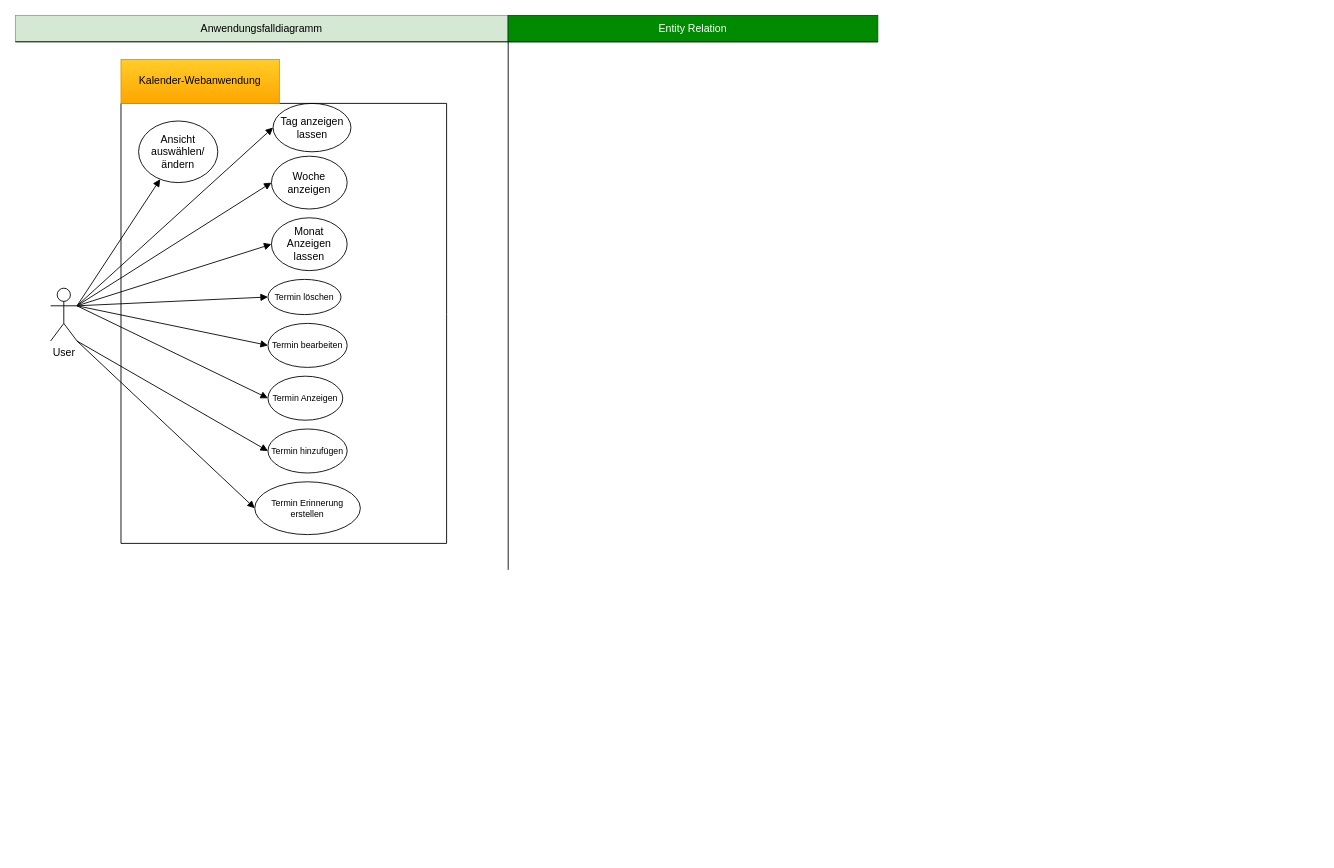
Before: Anwendungsfalldiagramm.drawio in Psion-Syncrolution/TimeBuddy, a draw.io diagram. Source tidied: cells renumbered, new cells numbered last; positions are measured from the earlier drawing's top-left corner, leaving out a move shared by most shapes. Both pictures are drawn from the tidied source at 88%, with x=0, y=0 at pixel (15, 15).
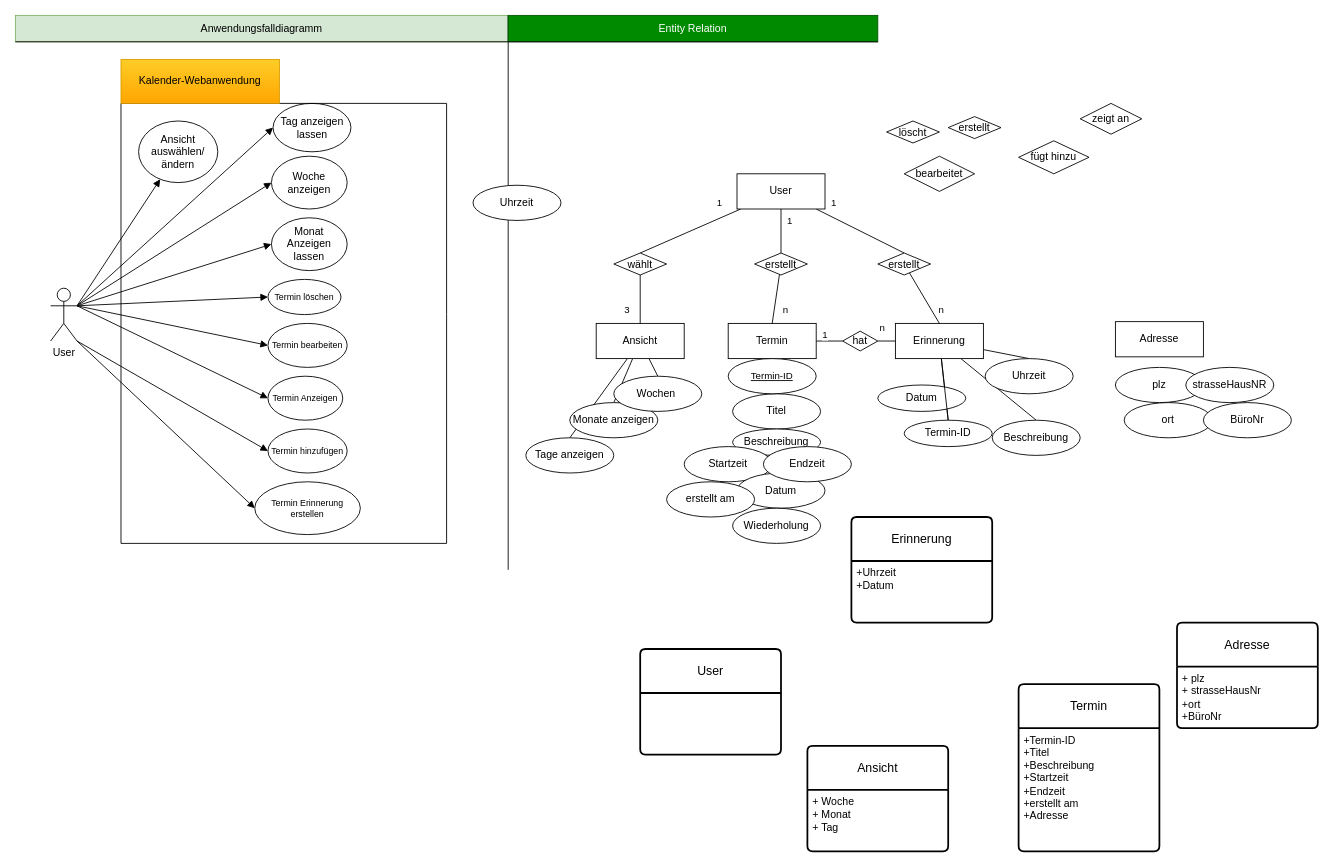
The same page after the edit.

The edit, as a diff of the source:
```diff
@@
+    <mxCell id="30" style="edgeStyle=none;shape=connector;rounded=0;jettySize=auto;html=1;entryX=0.5;entryY=0;entryDx=0;entryDy=0;strokeColor=default;align=center;verticalAlign=middle;fontFamily=Helvetica;fontSize=11;fontColor=default;labelBackgroundColor=default;startFill=0;endArrow=none;" parent="1" edge="1" source="33" target="40">
+      <mxGeometry relative="1" as="geometry" />
+    </mxCell>
+    <mxCell id="31" style="edgeStyle=none;shape=connector;rounded=0;jettySize=auto;html=1;entryX=0.5;entryY=0;entryDx=0;entryDy=0;strokeColor=default;align=center;verticalAlign=middle;fontFamily=Helvetica;fontSize=11;fontColor=default;labelBackgroundColor=default;startFill=0;endArrow=none;" parent="1" edge="1" source="33" target="39">
+      <mxGeometry relative="1" as="geometry" />
+    </mxCell>
+    <mxCell id="32" style="edgeStyle=none;shape=connector;rounded=0;jettySize=auto;html=1;entryX=0.5;entryY=0;entryDx=0;entryDy=0;strokeColor=default;align=center;verticalAlign=middle;fontFamily=Helvetica;fontSize=11;fontColor=default;labelBackgroundColor=default;startFill=0;endArrow=none;" parent="1" edge="1" source="33" target="38">
+      <mxGeometry relative="1" as="geometry" />
+    </mxCell>
+    <mxCell id="33" value="Ansicht" style="whiteSpace=wrap;html=1;align=center;" parent="1" vertex="1">
+      <mxGeometry x="660" y="350" width="100" height="40" as="geometry" />
+    </mxCell>
+    <mxCell id="34" style="edgeStyle=none;shape=connector;rounded=0;jettySize=auto;html=1;entryX=0.5;entryY=0;entryDx=0;entryDy=0;strokeColor=default;align=center;verticalAlign=middle;fontFamily=Helvetica;fontSize=11;fontColor=default;labelBackgroundColor=default;startFill=0;endArrow=none;" parent="1" edge="1" source="37" target="50">
+      <mxGeometry relative="1" as="geometry" />
+    </mxCell>
+    <mxCell id="35" style="edgeStyle=none;shape=connector;rounded=0;jettySize=auto;html=1;entryX=0.5;entryY=0;entryDx=0;entryDy=0;strokeColor=default;align=center;verticalAlign=middle;fontFamily=Helvetica;fontSize=11;fontColor=default;labelBackgroundColor=default;startFill=0;endArrow=none;" parent="1" edge="1" source="37" target="48">
+      <mxGeometry relative="1" as="geometry" />
+    </mxCell>
+    <mxCell id="36" style="edgeStyle=none;shape=connector;rounded=0;jettySize=auto;html=1;entryX=0.5;entryY=0;entryDx=0;entryDy=0;strokeColor=default;align=center;verticalAlign=middle;fontFamily=Helvetica;fontSize=11;fontColor=default;labelBackgroundColor=default;startFill=0;endArrow=none;" parent="1" edge="1" source="37" target="52">
+      <mxGeometry relative="1" as="geometry" />
+    </mxCell>
+    <mxCell id="37" value="User" style="whiteSpace=wrap;html=1;align=center;" parent="1" vertex="1">
+      <mxGeometry x="820" y="180" width="100" height="40" as="geometry" />
+    </mxCell>
+    <mxCell id="38" value="Monate anzeigen" style="ellipse;whiteSpace=wrap;html=1;align=center;" parent="1" vertex="1">
+      <mxGeometry x="630" y="440" width="100" height="40" as="geometry" />
+    </mxCell>
+    <mxCell id="39" value="Wochen&amp;nbsp;" style="ellipse;whiteSpace=wrap;html=1;align=center;" parent="1" vertex="1">
+      <mxGeometry x="680" y="410" width="100" height="40" as="geometry" />
+    </mxCell>
+    <mxCell id="40" value="Tage anzeigen" style="ellipse;whiteSpace=wrap;html=1;align=center;" parent="1" vertex="1">
+      <mxGeometry x="580" y="480" width="100" height="40" as="geometry" />
+    </mxCell>
+    <mxCell id="41" style="edgeStyle=none;shape=connector;rounded=0;jettySize=auto;html=1;entryX=0;entryY=0.5;entryDx=0;entryDy=0;strokeColor=default;align=center;verticalAlign=middle;fontFamily=Helvetica;fontSize=11;fontColor=default;labelBackgroundColor=default;startFill=0;endArrow=none;" parent="1" edge="1" source="42" target="59">
+      <mxGeometry relative="1" as="geometry" />
+    </mxCell>
+    <mxCell id="42" value="Termin" style="whiteSpace=wrap;html=1;align=center;" parent="1" vertex="1">
+      <mxGeometry x="810" y="350" width="100" height="40" as="geometry" />
+    </mxCell>
+    <mxCell id="43" style="edgeStyle=none;shape=connector;rounded=0;jettySize=auto;html=1;entryX=0.5;entryY=0;entryDx=0;entryDy=0;strokeColor=default;align=center;verticalAlign=middle;fontFamily=Helvetica;fontSize=11;fontColor=default;labelBackgroundColor=default;startFill=0;endArrow=none;" parent="1" edge="1" source="46" target="94">
+      <mxGeometry relative="1" as="geometry" />
+    </mxCell>
+    <mxCell id="44" style="edgeStyle=none;shape=connector;rounded=0;jettySize=auto;html=1;entryX=0.5;entryY=0;entryDx=0;entryDy=0;strokeColor=default;align=center;verticalAlign=middle;fontFamily=Helvetica;fontSize=11;fontColor=default;labelBackgroundColor=default;startFill=0;endArrow=none;" parent="1" edge="1" source="46" target="70">
+      <mxGeometry relative="1" as="geometry" />
+    </mxCell>
+    <mxCell id="45" style="edgeStyle=none;shape=connector;rounded=0;jettySize=auto;html=1;entryX=0.5;entryY=0;entryDx=0;entryDy=0;strokeColor=default;align=center;verticalAlign=middle;fontFamily=Helvetica;fontSize=11;fontColor=default;labelBackgroundColor=default;startFill=0;endArrow=none;" parent="1" edge="1" source="46" target="71">
+      <mxGeometry relative="1" as="geometry" />
+    </mxCell>
+    <mxCell id="46" value="Erinnerung" style="whiteSpace=wrap;html=1;align=center;" parent="1" vertex="1">
+      <mxGeometry x="1000" y="350" width="100" height="40" as="geometry" />
+    </mxCell>
+    <mxCell id="47" style="edgeStyle=none;shape=connector;rounded=0;jettySize=auto;html=1;entryX=0.5;entryY=0;entryDx=0;entryDy=0;strokeColor=default;align=center;verticalAlign=middle;fontFamily=Helvetica;fontSize=11;fontColor=default;labelBackgroundColor=default;startFill=0;endArrow=none;" parent="1" edge="1" source="48" target="42">
+      <mxGeometry relative="1" as="geometry" />
+    </mxCell>
+    <mxCell id="48" value="erstellt" style="shape=rhombus;perimeter=rhombusPerimeter;whiteSpace=wrap;html=1;align=center;" parent="1" vertex="1">
+      <mxGeometry x="840" y="270" width="60" height="25" as="geometry" />
+    </mxCell>
+    <mxCell id="49" style="edgeStyle=none;shape=connector;rounded=0;jettySize=auto;html=1;entryX=0.5;entryY=0;entryDx=0;entryDy=0;strokeColor=default;align=center;verticalAlign=middle;fontFamily=Helvetica;fontSize=11;fontColor=default;labelBackgroundColor=default;startFill=0;endArrow=none;exitX=0.5;exitY=1;exitDx=0;exitDy=0;" parent="1" edge="1" source="50" target="33">
+      <mxGeometry relative="1" as="geometry" />
+    </mxCell>
+    <mxCell id="50" value="wählt" style="shape=rhombus;perimeter=rhombusPerimeter;whiteSpace=wrap;html=1;align=center;" parent="1" vertex="1">
+      <mxGeometry x="680" y="270" width="60" height="25" as="geometry" />
+    </mxCell>
+    <mxCell id="51" style="edgeStyle=none;shape=connector;rounded=0;jettySize=auto;html=1;entryX=0.5;entryY=0;entryDx=0;entryDy=0;strokeColor=default;align=center;verticalAlign=middle;fontFamily=Helvetica;fontSize=11;fontColor=default;labelBackgroundColor=default;startFill=0;endArrow=none;" parent="1" edge="1" source="52" target="46">
+      <mxGeometry relative="1" as="geometry" />
+    </mxCell>
+    <mxCell id="52" value="erstellt" style="shape=rhombus;perimeter=rhombusPerimeter;whiteSpace=wrap;html=1;align=center;" parent="1" vertex="1">
+      <mxGeometry x="980" y="270" width="60" height="25" as="geometry" />
+    </mxCell>
+    <mxCell id="53" value="1" style="text;html=1;align=center;verticalAlign=middle;strokeColor=none;fillColor=none;fontFamily=Helvetica;fontSize=11;fontColor=default;labelBackgroundColor=default;" parent="1" vertex="1">
+      <mxGeometry x="865" y="218" width="30" height="30" as="geometry" />
+    </mxCell>
+    <mxCell id="54" value="1" style="text;html=1;align=center;verticalAlign=middle;strokeColor=none;fillColor=none;fontFamily=Helvetica;fontSize=11;fontColor=default;labelBackgroundColor=default;" parent="1" vertex="1">
+      <mxGeometry x="915" y="198" width="30" height="30" as="geometry" />
+    </mxCell>
+    <mxCell id="55" value="3" style="text;html=1;align=center;verticalAlign=middle;strokeColor=none;fillColor=none;fontFamily=Helvetica;fontSize=11;fontColor=default;labelBackgroundColor=default;" parent="1" vertex="1">
+      <mxGeometry x="680" y="320" width="30" height="30" as="geometry" />
+    </mxCell>
+    <mxCell id="56" value="n" style="text;html=1;align=center;verticalAlign=middle;strokeColor=none;fillColor=none;fontFamily=Helvetica;fontSize=11;fontColor=default;labelBackgroundColor=default;" parent="1" vertex="1">
+      <mxGeometry x="860" y="320" width="30" height="30" as="geometry" />
+    </mxCell>
+    <mxCell id="57" value="n" style="text;html=1;align=center;verticalAlign=middle;strokeColor=none;fillColor=none;fontFamily=Helvetica;fontSize=11;fontColor=default;labelBackgroundColor=default;" parent="1" vertex="1">
+      <mxGeometry x="1037" y="320" width="30" height="30" as="geometry" />
+    </mxCell>
+    <mxCell id="58" style="edgeStyle=none;shape=connector;rounded=0;jettySize=auto;html=1;strokeColor=default;align=center;verticalAlign=middle;fontFamily=Helvetica;fontSize=11;fontColor=default;labelBackgroundColor=default;startFill=0;endArrow=none;" parent="1" edge="1" source="59" target="46">
+      <mxGeometry relative="1" as="geometry" />
+    </mxCell>
+    <mxCell id="59" value="hat" style="shape=rhombus;perimeter=rhombusPerimeter;whiteSpace=wrap;html=1;align=center;" parent="1" vertex="1">
+      <mxGeometry x="940" y="358.8" width="40" height="22.5" as="geometry" />
+    </mxCell>
+    <mxCell id="60" value="1" style="text;html=1;align=center;verticalAlign=middle;strokeColor=none;fillColor=none;fontFamily=Helvetica;fontSize=11;fontColor=default;labelBackgroundColor=default;" parent="1" vertex="1">
+      <mxGeometry x="905" y="348" width="30" height="30" as="geometry" />
+    </mxCell>
+    <mxCell id="61" value="n" style="text;html=1;align=center;verticalAlign=middle;strokeColor=none;fillColor=none;fontFamily=Helvetica;fontSize=11;fontColor=default;labelBackgroundColor=default;" parent="1" vertex="1">
+      <mxGeometry x="970" y="340" width="30" height="30" as="geometry" />
+    </mxCell>
+    <mxCell id="62" value="Uhrzeit" style="ellipse;whiteSpace=wrap;html=1;align=center;" parent="1" vertex="1">
+      <mxGeometry x="520" y="193" width="100" height="40" as="geometry" />
+    </mxCell>
+    <mxCell id="63" value="Titel" style="ellipse;whiteSpace=wrap;html=1;align=center;" parent="1" vertex="1">
+      <mxGeometry x="815" y="430" width="100" height="40" as="geometry" />
+    </mxCell>
+    <mxCell id="64" value="Beschreibung" style="ellipse;whiteSpace=wrap;html=1;align=center;" parent="1" vertex="1">
+      <mxGeometry x="815" y="470" width="100" height="30" as="geometry" />
+    </mxCell>
+    <mxCell id="65" value="Startzeit" style="ellipse;whiteSpace=wrap;html=1;align=center;" parent="1" vertex="1">
+      <mxGeometry x="760" y="490" width="100" height="40" as="geometry" />
+    </mxCell>
+    <mxCell id="66" value="Datum" style="ellipse;whiteSpace=wrap;html=1;align=center;" parent="1" vertex="1">
+      <mxGeometry x="820" y="520" width="100" height="40" as="geometry" />
+    </mxCell>
+    <mxCell id="67" value="Endzeit" style="ellipse;whiteSpace=wrap;html=1;align=center;" parent="1" vertex="1">
+      <mxGeometry x="850" y="490" width="100" height="40" as="geometry" />
+    </mxCell>
+    <mxCell id="68" value="Wiederholung" style="ellipse;whiteSpace=wrap;html=1;align=center;" parent="1" vertex="1">
+      <mxGeometry x="815" y="560" width="100" height="40" as="geometry" />
+    </mxCell>
+    <mxCell id="69" value="erstellt am" style="ellipse;whiteSpace=wrap;html=1;align=center;" parent="1" vertex="1">
+      <mxGeometry x="740" y="530" width="100" height="40" as="geometry" />
+    </mxCell>
+    <mxCell id="70" value="Uhrzeit" style="ellipse;whiteSpace=wrap;html=1;align=center;" parent="1" vertex="1">
+      <mxGeometry x="1102" y="390" width="100" height="40" as="geometry" />
+    </mxCell>
+    <mxCell id="71" value="Beschreibung" style="ellipse;whiteSpace=wrap;html=1;align=center;" parent="1" vertex="1">
+      <mxGeometry x="1110" y="460" width="100" height="40" as="geometry" />
+    </mxCell>
+    <mxCell id="72" value="1" style="text;html=1;align=center;verticalAlign=middle;strokeColor=none;fillColor=none;fontFamily=Helvetica;fontSize=11;fontColor=default;labelBackgroundColor=default;" parent="1" vertex="1">
+      <mxGeometry x="785" y="198" width="30" height="30" as="geometry" />
+    </mxCell>
+    <mxCell id="73" value="fügt hinzu" style="shape=rhombus;perimeter=rhombusPerimeter;whiteSpace=wrap;html=1;align=center;" parent="1" vertex="1">
+      <mxGeometry x="1140" y="142.5" width="80" height="37.5" as="geometry" />
+    </mxCell>
+    <mxCell id="74" value="zeigt an" style="shape=rhombus;perimeter=rhombusPerimeter;whiteSpace=wrap;html=1;align=center;" parent="1" vertex="1">
+      <mxGeometry x="1210" y="100" width="70" height="35" as="geometry" />
+    </mxCell>
+    <mxCell id="75" value="bearbeitet" style="shape=rhombus;perimeter=rhombusPerimeter;whiteSpace=wrap;html=1;align=center;" parent="1" vertex="1">
+      <mxGeometry x="1010" y="160" width="80" height="40" as="geometry" />
+    </mxCell>
+    <mxCell id="76" value="erstellt" style="shape=rhombus;perimeter=rhombusPerimeter;whiteSpace=wrap;html=1;align=center;" parent="1" vertex="1">
+      <mxGeometry x="1060" y="115" width="60" height="25" as="geometry" />
+    </mxCell>
+    <mxCell id="77" value="löscht" style="shape=rhombus;perimeter=rhombusPerimeter;whiteSpace=wrap;html=1;align=center;" parent="1" vertex="1">
+      <mxGeometry x="990" y="120" width="60" height="25" as="geometry" />
+    </mxCell>
+    <mxCell id="78" value="User" style="swimlane;horizontal=1;startSize=50;rounded=1;fontSize=14;fontStyle=0;strokeWidth=2;shadow=0;dashed=0;align=center;arcSize=4;whiteSpace=wrap;html=1;fontFamily=Helvetica;fontColor=default;labelBackgroundColor=default;" parent="1" vertex="1">
+      <mxGeometry x="710" y="720" width="160" height="120" as="geometry" />
+    </mxCell>
+    <mxCell id="79" value="Erinnerung" style="swimlane;horizontal=1;startSize=50;rounded=1;fontSize=14;fontStyle=0;strokeWidth=2;shadow=0;dashed=0;align=center;arcSize=4;whiteSpace=wrap;html=1;fontFamily=Helvetica;fontColor=default;labelBackgroundColor=default;" parent="1" vertex="1">
+      <mxGeometry x="950" y="570" width="160" height="120" as="geometry" />
+    </mxCell>
+    <mxCell id="80" value="+Uhrzeit&lt;div&gt;+Datum&lt;/div&gt;" style="align=left;strokeColor=none;fillColor=none;spacingLeft=4;fontSize=12;verticalAlign=top;html=1;fontFamily=Helvetica;fontColor=default;labelBackgroundColor=default;" parent="79" vertex="1">
+      <mxGeometry y="50" width="160" height="70" as="geometry" />
+    </mxCell>
+    <mxCell id="81" value="Termin" style="swimlane;horizontal=1;startSize=50;rounded=1;fontSize=14;fontStyle=0;strokeWidth=2;shadow=0;dashed=0;align=center;arcSize=4;whiteSpace=wrap;html=1;fontFamily=Helvetica;fontColor=default;labelBackgroundColor=default;" parent="1" vertex="1">
+      <mxGeometry x="1140" y="760" width="160" height="190" as="geometry" />
+    </mxCell>
+    <mxCell id="82" value="+Termin-ID&lt;div&gt;+Titel&lt;/div&gt;&lt;div&gt;+Beschreibung&lt;/div&gt;&lt;div&gt;+Startzeit&lt;/div&gt;&lt;div&gt;+Endzeit&lt;/div&gt;&lt;div&gt;+erstellt am&lt;/div&gt;&lt;div&gt;+Adresse&lt;/div&gt;" style="align=left;strokeColor=none;fillColor=none;spacingLeft=4;fontSize=12;verticalAlign=top;html=1;fontFamily=Helvetica;fontColor=default;labelBackgroundColor=default;" parent="81" vertex="1">
+      <mxGeometry y="50" width="160" height="140" as="geometry" />
+    </mxCell>
+    <mxCell id="83" value="Ansicht" style="swimlane;horizontal=1;startSize=50;rounded=1;fontSize=14;fontStyle=0;strokeWidth=2;shadow=0;dashed=0;align=center;arcSize=4;whiteSpace=wrap;html=1;fontFamily=Helvetica;fontColor=default;labelBackgroundColor=default;" parent="1" vertex="1">
+      <mxGeometry x="900" y="830" width="160" height="120" as="geometry" />
+    </mxCell>
+    <mxCell id="84" value="+ Woche&lt;div&gt;+ Monat&lt;/div&gt;&lt;div&gt;+ Tag&lt;/div&gt;" style="align=left;strokeColor=none;fillColor=none;spacingLeft=4;fontSize=12;verticalAlign=top;html=1;fontFamily=Helvetica;fontColor=default;labelBackgroundColor=default;" parent="83" vertex="1">
+      <mxGeometry y="50" width="160" height="70" as="geometry" />
+    </mxCell>
+    <mxCell id="85" value="Adresse" style="whiteSpace=wrap;html=1;align=center;" parent="1" vertex="1">
+      <mxGeometry x="1250" y="348" width="100" height="40" as="geometry" />
+    </mxCell>
+    <mxCell id="86" value="ort" style="ellipse;whiteSpace=wrap;html=1;align=center;" parent="1" vertex="1">
+      <mxGeometry x="1260" y="440" width="100" height="40" as="geometry" />
+    </mxCell>
+    <mxCell id="87" value="plz" style="ellipse;whiteSpace=wrap;html=1;align=center;" parent="1" vertex="1">
+      <mxGeometry x="1250" y="400" width="100" height="40" as="geometry" />
+    </mxCell>
+    <mxCell id="88" value="BüroNr" style="ellipse;whiteSpace=wrap;html=1;align=center;" parent="1" vertex="1">
+      <mxGeometry x="1350" y="440" width="100" height="40" as="geometry" />
+    </mxCell>
+    <mxCell id="89" value="strasseHausNR" style="ellipse;whiteSpace=wrap;html=1;align=center;" parent="1" vertex="1">
+      <mxGeometry x="1330" y="400" width="100" height="40" as="geometry" />
+    </mxCell>
+    <mxCell id="90" value="Adresse" style="swimlane;horizontal=1;startSize=50;rounded=1;fontSize=14;fontStyle=0;strokeWidth=2;shadow=0;dashed=0;align=center;arcSize=4;whiteSpace=wrap;html=1;fontFamily=Helvetica;fontColor=default;labelBackgroundColor=default;" parent="1" vertex="1">
+      <mxGeometry x="1320" y="690" width="160" height="120" as="geometry" />
+    </mxCell>
+    <mxCell id="91" value="+ plz&lt;div&gt;+ strasseHausNr&lt;/div&gt;&lt;div&gt;+ort&lt;/div&gt;&lt;div&gt;+BüroNr&lt;/div&gt;" style="align=left;strokeColor=none;fillColor=none;spacingLeft=4;fontSize=12;verticalAlign=top;html=1;fontFamily=Helvetica;fontColor=default;labelBackgroundColor=default;" parent="90" vertex="1">
+      <mxGeometry y="50" width="160" height="70" as="geometry" />
+    </mxCell>
+    <mxCell id="92" value="Datum" style="ellipse;whiteSpace=wrap;html=1;align=center;" parent="1" vertex="1">
+      <mxGeometry x="980" y="420" width="100" height="30" as="geometry" />
+    </mxCell>
+    <mxCell id="93" style="edgeStyle=none;shape=connector;rounded=0;jettySize=auto;html=1;entryX=0.5;entryY=0;entryDx=0;entryDy=0;strokeColor=default;align=center;verticalAlign=middle;fontFamily=Helvetica;fontSize=11;fontColor=default;labelBackgroundColor=default;startFill=0;endArrow=none;" parent="1" edge="1" source="46" target="94">
+      <mxGeometry relative="1" as="geometry" />
+    </mxCell>
+    <mxCell id="94" value="Termin-ID" style="ellipse;whiteSpace=wrap;html=1;align=center;" parent="1" vertex="1">
+      <mxGeometry x="1010" y="460" width="100" height="30" as="geometry" />
+    </mxCell>
+    <mxCell id="95" value="Termin-ID" style="ellipse;whiteSpace=wrap;html=1;align=center;fontStyle=4;fontFamily=Helvetica;fontSize=11;fontColor=default;labelBackgroundColor=default;" parent="1" vertex="1">
+      <mxGeometry x="810" y="390" width="100" height="40" as="geometry" />
+    </mxCell>
```
